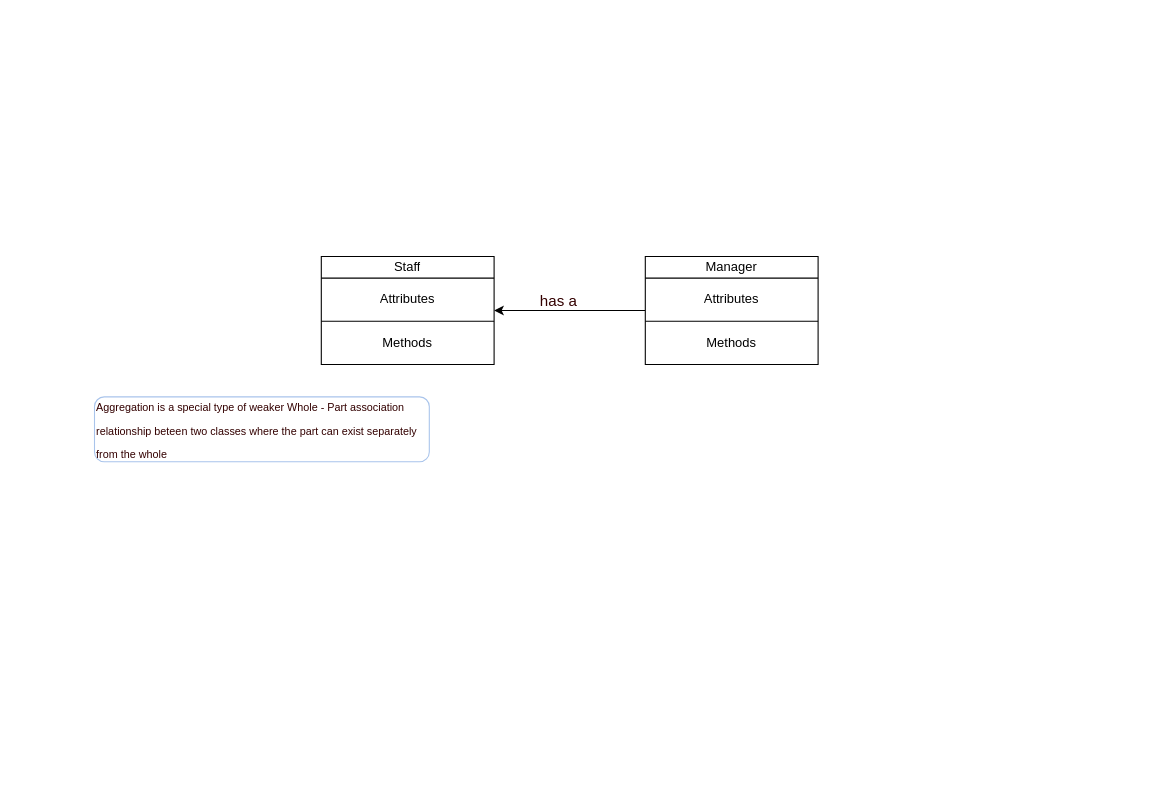
This is page "Composition" (3 of 5) of Default Diagrams.drawio from marioBdev/Default-Software-Diagrams, a draw.io file, before an edit. Source tidied: cells renumbered, new cells numbered last; positions are measured from the earlier drawing's top-left corner, leaving out a move shared by most shapes. Both pictures are drawn from the tidied source at 108%, with x=0, y=0 at pixel (94, 256).
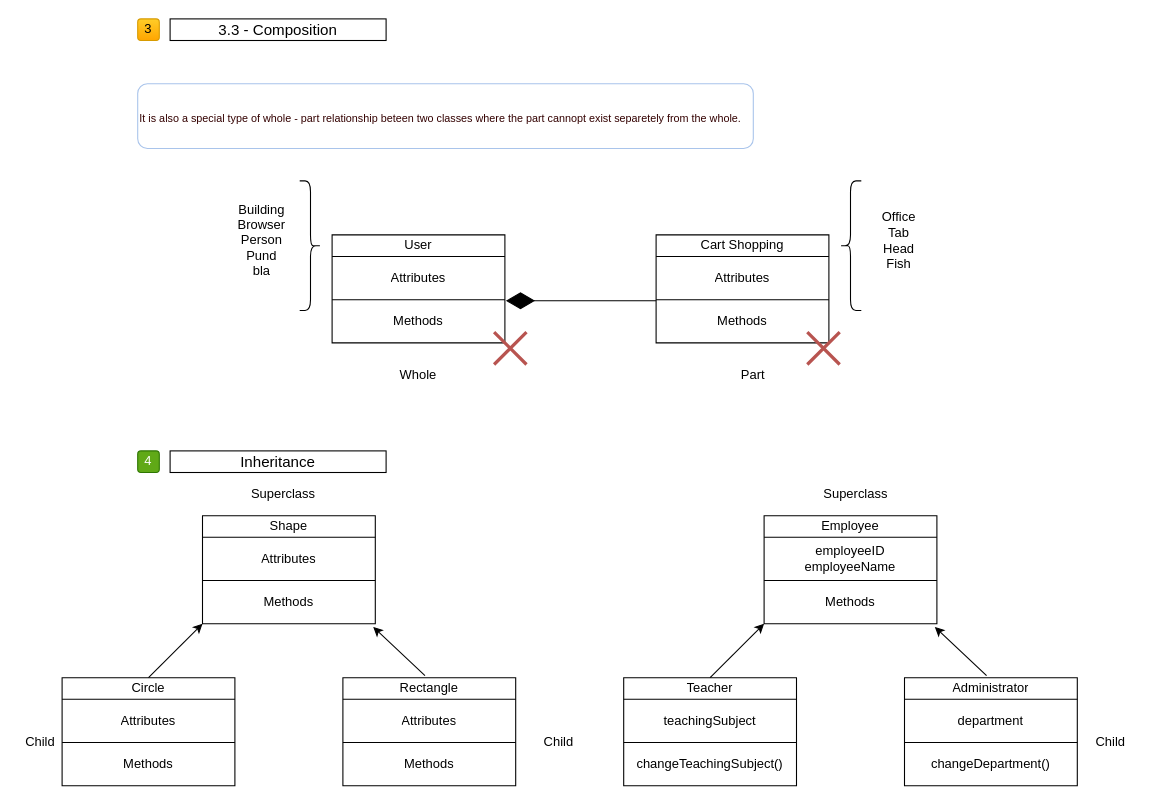
Above is the later version.

Diff of the diagram source:
```diff
@@
-    <mxCell id="2" style="edgeStyle=orthogonalEdgeStyle;rounded=0;jettySize=auto;html=1;fontSize=18;fontColor=#330000;startArrow=classic;startFill=1;endArrow=none;endFill=0;" parent="1" edge="1" source="3" target="10">
-      <mxGeometry relative="1" as="geometry" />
-    </mxCell>
-    <mxCell id="3" style="shape=table;html=1;whiteSpace=wrap;startSize=0;childLayout=tableLayout;" parent="1" vertex="1">
-      <mxGeometry x="210" width="160" height="100" as="geometry" />
-    </mxCell>
-    <mxCell id="4" style="shape=partialRectangle;html=1;whiteSpace=wrap;fillColor=none;top=0;left=0;bottom=0;right=0;" parent="3" vertex="1">
-      <mxGeometry width="160" height="20" as="geometry" />
-    </mxCell>
-    <mxCell id="5" value="Staff" style="shape=partialRectangle;html=1;whiteSpace=wrap;overflow=hidden;fillColor=none;top=0;left=0;bottom=0;right=0;" parent="4" vertex="1">
-      <mxGeometry width="160" height="20" as="geometry" />
-    </mxCell>
-    <mxCell id="6" style="shape=partialRectangle;html=1;whiteSpace=wrap;fillColor=none;top=0;left=0;bottom=0;right=0;" parent="3" vertex="1">
-      <mxGeometry y="20" width="160" height="40" as="geometry" />
-    </mxCell>
-    <mxCell id="7" value="Attributes" style="shape=partialRectangle;html=1;whiteSpace=wrap;overflow=hidden;fillColor=none;top=0;left=0;bottom=0;right=0;" parent="6" vertex="1">
-      <mxGeometry width="160" height="40" as="geometry" />
-    </mxCell>
-    <mxCell id="8" style="shape=partialRectangle;html=1;whiteSpace=wrap;fillColor=none;top=0;left=0;bottom=0;right=0;" parent="3" vertex="1">
-      <mxGeometry y="60" width="160" height="40" as="geometry" />
-    </mxCell>
-    <mxCell id="9" value="Methods" style="shape=partialRectangle;html=1;whiteSpace=wrap;overflow=hidden;fillColor=none;top=0;left=0;bottom=0;right=0;" parent="8" vertex="1">
-      <mxGeometry width="160" height="40" as="geometry" />
-    </mxCell>
-    <mxCell id="10" style="shape=table;html=1;whiteSpace=wrap;startSize=0;childLayout=tableLayout;" parent="1" vertex="1">
-      <mxGeometry x="510" width="160" height="100" as="geometry" />
-    </mxCell>
-    <mxCell id="11" style="shape=partialRectangle;html=1;whiteSpace=wrap;fillColor=none;top=0;left=0;bottom=0;right=0;" parent="10" vertex="1">
-      <mxGeometry width="160" height="20" as="geometry" />
-    </mxCell>
-    <mxCell id="12" value="Manager" style="shape=partialRectangle;html=1;whiteSpace=wrap;overflow=hidden;fillColor=none;top=0;left=0;bottom=0;right=0;" parent="11" vertex="1">
-      <mxGeometry width="160" height="20" as="geometry" />
-    </mxCell>
-    <mxCell id="13" style="shape=partialRectangle;html=1;whiteSpace=wrap;fillColor=none;top=0;left=0;bottom=0;right=0;" parent="10" vertex="1">
-      <mxGeometry y="20" width="160" height="40" as="geometry" />
-    </mxCell>
-    <mxCell id="14" value="Attributes" style="shape=partialRectangle;html=1;whiteSpace=wrap;overflow=hidden;fillColor=none;top=0;left=0;bottom=0;right=0;" parent="13" vertex="1">
-      <mxGeometry width="160" height="40" as="geometry" />
-    </mxCell>
-    <mxCell id="15" style="shape=partialRectangle;html=1;whiteSpace=wrap;fillColor=none;top=0;left=0;bottom=0;right=0;" parent="10" vertex="1">
-      <mxGeometry y="60" width="160" height="40" as="geometry" />
-    </mxCell>
-    <mxCell id="16" value="Methods" style="shape=partialRectangle;html=1;whiteSpace=wrap;overflow=hidden;fillColor=none;top=0;left=0;bottom=0;right=0;" parent="15" vertex="1">
-      <mxGeometry width="160" height="40" as="geometry" />
-    </mxCell>
-    <mxCell id="17" value="&lt;font style=&quot;font-size: 14px&quot;&gt;has a&lt;/font&gt;" style="text;html=1;strokeColor=none;fillColor=none;align=center;verticalAlign=middle;whiteSpace=wrap;rounded=0;fontSize=18;fontColor=#330000;" parent="1" vertex="1">
-      <mxGeometry x="400" y="30" width="60" height="20" as="geometry" />
-    </mxCell>
-    <mxCell id="18" value="&lt;font size=&quot;1&quot;&gt;Aggregation is a special type of weaker Whole - Part association relationship beteen two classes where the part can exist separately from the whole&lt;/font&gt;" style="rounded=1;whiteSpace=wrap;html=1;fontSize=18;fontColor=#330000;strokeColor=#A9C4EB;align=left;" parent="1" vertex="1">
-      <mxGeometry y="130" width="310" height="60" as="geometry" />
-    </mxCell>
+    <mxCell id="19" style="shape=table;html=1;whiteSpace=wrap;startSize=0;childLayout=tableLayout;" parent="1" vertex="1">
+      <mxGeometry x="220" y="-20" width="160" height="100" as="geometry" />
+    </mxCell>
+    <mxCell id="20" style="shape=partialRectangle;html=1;whiteSpace=wrap;fillColor=none;top=0;left=0;bottom=0;right=0;" parent="19" vertex="1">
+      <mxGeometry width="160" height="20" as="geometry" />
+    </mxCell>
+    <mxCell id="21" value="User" style="shape=partialRectangle;html=1;whiteSpace=wrap;overflow=hidden;fillColor=none;top=0;left=0;bottom=0;right=0;" parent="20" vertex="1">
+      <mxGeometry width="160" height="20" as="geometry" />
+    </mxCell>
+    <mxCell id="22" style="shape=partialRectangle;html=1;whiteSpace=wrap;fillColor=none;top=0;left=0;bottom=0;right=0;" parent="19" vertex="1">
+      <mxGeometry y="20" width="160" height="40" as="geometry" />
+    </mxCell>
+    <mxCell id="23" value="Attributes" style="shape=partialRectangle;html=1;whiteSpace=wrap;overflow=hidden;fillColor=none;top=0;left=0;bottom=0;right=0;" parent="22" vertex="1">
+      <mxGeometry width="160" height="40" as="geometry" />
+    </mxCell>
+    <mxCell id="24" style="shape=partialRectangle;html=1;whiteSpace=wrap;fillColor=none;top=0;left=0;bottom=0;right=0;points=[[0,0.5],[1,0.5]];portConstraint=eastwest;" parent="19" vertex="1">
+      <mxGeometry y="60" width="160" height="40" as="geometry" />
+    </mxCell>
+    <mxCell id="25" value="Methods" style="shape=partialRectangle;html=1;whiteSpace=wrap;overflow=hidden;fillColor=none;top=0;left=0;bottom=0;right=0;" parent="24" vertex="1">
+      <mxGeometry width="160" height="40" as="geometry" />
+    </mxCell>
+    <mxCell id="26" style="shape=table;html=1;whiteSpace=wrap;startSize=0;childLayout=tableLayout;" parent="1" vertex="1">
+      <mxGeometry x="520" y="-20" width="160" height="100" as="geometry" />
+    </mxCell>
+    <mxCell id="27" style="shape=partialRectangle;html=1;whiteSpace=wrap;fillColor=none;top=0;left=0;bottom=0;right=0;" parent="26" vertex="1">
+      <mxGeometry width="160" height="20" as="geometry" />
+    </mxCell>
+    <mxCell id="28" value="Cart Shopping" style="shape=partialRectangle;html=1;whiteSpace=wrap;overflow=hidden;fillColor=none;top=0;left=0;bottom=0;right=0;" parent="27" vertex="1">
+      <mxGeometry width="160" height="20" as="geometry" />
+    </mxCell>
+    <mxCell id="29" style="shape=partialRectangle;html=1;whiteSpace=wrap;fillColor=none;top=0;left=0;bottom=0;right=0;" parent="26" vertex="1">
+      <mxGeometry y="20" width="160" height="40" as="geometry" />
+    </mxCell>
+    <mxCell id="30" value="Attributes" style="shape=partialRectangle;html=1;whiteSpace=wrap;overflow=hidden;fillColor=none;top=0;left=0;bottom=0;right=0;" parent="29" vertex="1">
+      <mxGeometry width="160" height="40" as="geometry" />
+    </mxCell>
+    <mxCell id="31" style="shape=partialRectangle;html=1;whiteSpace=wrap;fillColor=none;top=0;left=0;bottom=0;right=0;points=[[0,0.5],[1,0.5]];portConstraint=eastwest;" parent="26" vertex="1">
+      <mxGeometry y="60" width="160" height="40" as="geometry" />
+    </mxCell>
+    <mxCell id="32" value="Methods" style="shape=partialRectangle;html=1;whiteSpace=wrap;overflow=hidden;fillColor=none;top=0;left=0;bottom=0;right=0;" parent="31" vertex="1">
+      <mxGeometry width="160" height="40" as="geometry" />
+    </mxCell>
+    <mxCell id="33" value="&lt;font size=&quot;1&quot;&gt;It is also a special type of whole - part relationship beteen two classes where the part cannopt exist separetely from the whole.&amp;nbsp;&lt;/font&gt;" style="rounded=1;whiteSpace=wrap;html=1;fontSize=18;fontColor=#330000;strokeColor=#A9C4EB;align=left;" parent="1" vertex="1">
+      <mxGeometry x="40" y="-160" width="570" height="60" as="geometry" />
+    </mxCell>
+    <mxCell id="34" value="&lt;span style=&quot;font-size: 14px&quot;&gt;3.3 - Composition&lt;/span&gt;" style="rounded=0;whiteSpace=wrap;html=1;" parent="1" vertex="1">
+      <mxGeometry x="70" y="-220" width="200" height="20" as="geometry" />
+    </mxCell>
+    <mxCell id="35" value="3" style="rounded=1;whiteSpace=wrap;html=1;fillColor=#ffcd28;strokeColor=#d79b00;gradientColor=#ffa500;" parent="1" vertex="1">
+      <mxGeometry x="40" y="-220" width="20" height="20" as="geometry" />
+    </mxCell>
+    <mxCell id="36" value="Whole" style="text;html=1;strokeColor=none;fillColor=none;align=center;verticalAlign=middle;whiteSpace=wrap;rounded=0;" parent="1" vertex="1">
+      <mxGeometry x="280" y="100" width="40" height="20" as="geometry" />
+    </mxCell>
+    <mxCell id="37" value="Part" style="text;html=1;strokeColor=none;fillColor=none;align=center;verticalAlign=middle;whiteSpace=wrap;rounded=0;" parent="1" vertex="1">
+      <mxGeometry x="590" y="100" width="40" height="20" as="geometry" />
+    </mxCell>
+    <mxCell id="38" style="shape=curlyBracket;whiteSpace=wrap;html=1;rounded=1;direction=west;" parent="1" vertex="1">
+      <mxGeometry x="190" y="-70" width="20" height="120" as="geometry" />
+    </mxCell>
+    <mxCell id="39" style="shape=curlyBracket;whiteSpace=wrap;html=1;rounded=1;direction=east;" parent="1" vertex="1">
+      <mxGeometry x="690" y="-70" width="20" height="120" as="geometry" />
+    </mxCell>
+    <mxCell id="40" style="endArrow=diamondThin;endFill=1;endSize=24;html=1;entryX=1.006;entryY=0.025;entryDx=0;entryDy=0;entryPerimeter=0;exitX=0;exitY=0.025;exitDx=0;exitDy=0;exitPerimeter=0;" parent="1" edge="1" source="31" target="24">
+      <mxGeometry relative="1" as="geometry" />
+    </mxCell>
+    <mxCell id="41" value="Building&lt;br&gt;Browser&lt;br&gt;Person&lt;br&gt;Pund&lt;br&gt;bla" style="text;html=1;strokeColor=none;fillColor=none;align=center;verticalAlign=middle;whiteSpace=wrap;rounded=0;" parent="1" vertex="1">
+      <mxGeometry x="120" y="-70" width="70" height="110" as="geometry" />
+    </mxCell>
+    <mxCell id="42" value="Office&lt;br&gt;Tab&lt;br&gt;Head&lt;br&gt;Fish" style="text;html=1;strokeColor=none;fillColor=none;align=center;verticalAlign=middle;whiteSpace=wrap;rounded=0;" parent="1" vertex="1">
+      <mxGeometry x="710" y="-70" width="70" height="110" as="geometry" />
+    </mxCell>
+    <mxCell id="43" style="shape=umlDestroy;whiteSpace=wrap;html=1;strokeWidth=3;fillColor=#f8cecc;strokeColor=#b85450;" parent="1" vertex="1">
+      <mxGeometry x="370" y="70" width="30" height="30" as="geometry" />
+    </mxCell>
+    <mxCell id="44" style="shape=umlDestroy;whiteSpace=wrap;html=1;strokeWidth=3;fillColor=#f8cecc;strokeColor=#b85450;" parent="1" vertex="1">
+      <mxGeometry x="660" y="70" width="30" height="30" as="geometry" />
+    </mxCell>
+    <mxCell id="45" value="&lt;span style=&quot;font-size: 14px&quot;&gt;Inheritance&lt;/span&gt;" style="rounded=0;whiteSpace=wrap;html=1;" parent="1" vertex="1">
+      <mxGeometry x="70" y="180" width="200" height="20" as="geometry" />
+    </mxCell>
+    <mxCell id="46" value="4" style="rounded=1;whiteSpace=wrap;html=1;fillColor=#60a917;strokeColor=#2D7600;fontColor=#ffffff;" parent="1" vertex="1">
+      <mxGeometry x="40" y="180" width="20" height="20" as="geometry" />
+    </mxCell>
+    <mxCell id="47" style="shape=table;html=1;whiteSpace=wrap;startSize=0;childLayout=tableLayout;" parent="1" vertex="1">
+      <mxGeometry x="100" y="240" width="160" height="100" as="geometry" />
+    </mxCell>
+    <mxCell id="48" style="shape=partialRectangle;html=1;whiteSpace=wrap;fillColor=none;top=0;left=0;bottom=0;right=0;" parent="47" vertex="1">
+      <mxGeometry width="160" height="20" as="geometry" />
+    </mxCell>
+    <mxCell id="49" value="Shape" style="shape=partialRectangle;html=1;whiteSpace=wrap;overflow=hidden;fillColor=none;top=0;left=0;bottom=0;right=0;" parent="48" vertex="1">
+      <mxGeometry width="160" height="20" as="geometry" />
+    </mxCell>
+    <mxCell id="50" style="shape=partialRectangle;html=1;whiteSpace=wrap;fillColor=none;top=0;left=0;bottom=0;right=0;" parent="47" vertex="1">
+      <mxGeometry y="20" width="160" height="40" as="geometry" />
+    </mxCell>
+    <mxCell id="51" value="Attributes" style="shape=partialRectangle;html=1;whiteSpace=wrap;overflow=hidden;fillColor=none;top=0;left=0;bottom=0;right=0;" parent="50" vertex="1">
+      <mxGeometry width="160" height="40" as="geometry" />
+    </mxCell>
+    <mxCell id="52" style="shape=partialRectangle;html=1;whiteSpace=wrap;fillColor=none;top=0;left=0;bottom=0;right=0;points=[[0,0.5],[1,0.5]];portConstraint=eastwest;" parent="47" vertex="1">
+      <mxGeometry y="60" width="160" height="40" as="geometry" />
+    </mxCell>
+    <mxCell id="53" value="Methods" style="shape=partialRectangle;html=1;whiteSpace=wrap;overflow=hidden;fillColor=none;top=0;left=0;bottom=0;right=0;" parent="52" vertex="1">
+      <mxGeometry width="160" height="40" as="geometry" />
+    </mxCell>
+    <mxCell id="54" style="shape=table;html=1;whiteSpace=wrap;startSize=0;childLayout=tableLayout;" parent="1" vertex="1">
+      <mxGeometry x="-30" y="390" width="160" height="100" as="geometry" />
+    </mxCell>
+    <mxCell id="55" style="shape=partialRectangle;html=1;whiteSpace=wrap;fillColor=none;top=0;left=0;bottom=0;right=0;" parent="54" vertex="1">
+      <mxGeometry width="160" height="20" as="geometry" />
+    </mxCell>
+    <mxCell id="56" value="Circle" style="shape=partialRectangle;html=1;whiteSpace=wrap;overflow=hidden;fillColor=none;top=0;left=0;bottom=0;right=0;" parent="55" vertex="1">
+      <mxGeometry width="160" height="20" as="geometry" />
+    </mxCell>
+    <mxCell id="57" style="shape=partialRectangle;html=1;whiteSpace=wrap;fillColor=none;top=0;left=0;bottom=0;right=0;" parent="54" vertex="1">
+      <mxGeometry y="20" width="160" height="40" as="geometry" />
+    </mxCell>
+    <mxCell id="58" value="Attributes" style="shape=partialRectangle;html=1;whiteSpace=wrap;overflow=hidden;fillColor=none;top=0;left=0;bottom=0;right=0;" parent="57" vertex="1">
+      <mxGeometry width="160" height="40" as="geometry" />
+    </mxCell>
+    <mxCell id="59" style="shape=partialRectangle;html=1;whiteSpace=wrap;fillColor=none;top=0;left=0;bottom=0;right=0;" parent="54" vertex="1">
+      <mxGeometry y="60" width="160" height="40" as="geometry" />
+    </mxCell>
+    <mxCell id="60" value="Methods" style="shape=partialRectangle;html=1;whiteSpace=wrap;overflow=hidden;fillColor=none;top=0;left=0;bottom=0;right=0;" parent="59" vertex="1">
+      <mxGeometry width="160" height="40" as="geometry" />
+    </mxCell>
+    <mxCell id="61" style="shape=table;html=1;whiteSpace=wrap;startSize=0;childLayout=tableLayout;" parent="1" vertex="1">
+      <mxGeometry x="230" y="390" width="160" height="100" as="geometry" />
+    </mxCell>
+    <mxCell id="62" style="shape=partialRectangle;html=1;whiteSpace=wrap;fillColor=none;top=0;left=0;bottom=0;right=0;points=[[0,0.5],[1,0.5]];portConstraint=eastwest;" parent="61" vertex="1">
+      <mxGeometry width="160" height="20" as="geometry" />
+    </mxCell>
+    <mxCell id="63" value="Rectangle" style="shape=partialRectangle;html=1;whiteSpace=wrap;overflow=hidden;fillColor=none;top=0;left=0;bottom=0;right=0;" parent="62" vertex="1">
+      <mxGeometry width="160" height="20" as="geometry" />
+    </mxCell>
+    <mxCell id="64" style="shape=partialRectangle;html=1;whiteSpace=wrap;fillColor=none;top=0;left=0;bottom=0;right=0;" parent="61" vertex="1">
+      <mxGeometry y="20" width="160" height="40" as="geometry" />
+    </mxCell>
+    <mxCell id="65" value="Attributes" style="shape=partialRectangle;html=1;whiteSpace=wrap;overflow=hidden;fillColor=none;top=0;left=0;bottom=0;right=0;" parent="64" vertex="1">
+      <mxGeometry width="160" height="40" as="geometry" />
+    </mxCell>
+    <mxCell id="66" style="shape=partialRectangle;html=1;whiteSpace=wrap;fillColor=none;top=0;left=0;bottom=0;right=0;" parent="61" vertex="1">
+      <mxGeometry y="60" width="160" height="40" as="geometry" />
+    </mxCell>
+    <mxCell id="67" value="Methods" style="shape=partialRectangle;html=1;whiteSpace=wrap;overflow=hidden;fillColor=none;top=0;left=0;bottom=0;right=0;" parent="66" vertex="1">
+      <mxGeometry width="160" height="40" as="geometry" />
+    </mxCell>
+    <mxCell id="68" style="endArrow=classic;html=1;" parent="1" edge="1">
+      <mxGeometry relative="1" as="geometry">
+        <mxPoint x="50" y="390" as="sourcePoint" />
+        <mxPoint x="100" y="340" as="targetPoint" />
+      </mxGeometry>
+    </mxCell>
+    <mxCell id="69" style="endArrow=classic;html=1;entryX=0.988;entryY=1.075;entryDx=0;entryDy=0;entryPerimeter=0;exitX=0.475;exitY=-0.1;exitDx=0;exitDy=0;exitPerimeter=0;" parent="1" edge="1" source="62" target="52">
+      <mxGeometry relative="1" as="geometry" />
+    </mxCell>
+    <mxCell id="70" value="Child" style="text;html=1;strokeColor=none;fillColor=none;align=center;verticalAlign=middle;whiteSpace=wrap;rounded=0;" parent="1" vertex="1">
+      <mxGeometry x="410" y="440" width="40" height="20" as="geometry" />
+    </mxCell>
+    <mxCell id="71" value="Child" style="text;html=1;strokeColor=none;fillColor=none;align=center;verticalAlign=middle;whiteSpace=wrap;rounded=0;" parent="1" vertex="1">
+      <mxGeometry x="-70" y="440" width="40" height="20" as="geometry" />
+    </mxCell>
+    <mxCell id="72" style="shape=table;html=1;whiteSpace=wrap;startSize=0;childLayout=tableLayout;" parent="1" vertex="1">
+      <mxGeometry x="620" y="240" width="160" height="100" as="geometry" />
+    </mxCell>
+    <mxCell id="73" style="shape=partialRectangle;html=1;whiteSpace=wrap;fillColor=none;top=0;left=0;bottom=0;right=0;" parent="72" vertex="1">
+      <mxGeometry width="160" height="20" as="geometry" />
+    </mxCell>
+    <mxCell id="74" value="Employee" style="shape=partialRectangle;html=1;whiteSpace=wrap;overflow=hidden;fillColor=none;top=0;left=0;bottom=0;right=0;" parent="73" vertex="1">
+      <mxGeometry width="160" height="20" as="geometry" />
+    </mxCell>
+    <mxCell id="75" style="shape=partialRectangle;html=1;whiteSpace=wrap;fillColor=none;top=0;left=0;bottom=0;right=0;" parent="72" vertex="1">
+      <mxGeometry y="20" width="160" height="40" as="geometry" />
+    </mxCell>
+    <mxCell id="76" value="employeeID&lt;br&gt;employeeName" style="shape=partialRectangle;html=1;whiteSpace=wrap;overflow=hidden;fillColor=none;top=0;left=0;bottom=0;right=0;" parent="75" vertex="1">
+      <mxGeometry width="160" height="40" as="geometry" />
+    </mxCell>
+    <mxCell id="77" style="shape=partialRectangle;html=1;whiteSpace=wrap;fillColor=none;top=0;left=0;bottom=0;right=0;points=[[0,0.5],[1,0.5]];portConstraint=eastwest;" parent="72" vertex="1">
+      <mxGeometry y="60" width="160" height="40" as="geometry" />
+    </mxCell>
+    <mxCell id="78" value="Methods" style="shape=partialRectangle;html=1;whiteSpace=wrap;overflow=hidden;fillColor=none;top=0;left=0;bottom=0;right=0;" parent="77" vertex="1">
+      <mxGeometry width="160" height="40" as="geometry" />
+    </mxCell>
+    <mxCell id="79" style="shape=table;html=1;whiteSpace=wrap;startSize=0;childLayout=tableLayout;" parent="1" vertex="1">
+      <mxGeometry x="490" y="390" width="160" height="100" as="geometry" />
+    </mxCell>
+    <mxCell id="80" style="shape=partialRectangle;html=1;whiteSpace=wrap;fillColor=none;top=0;left=0;bottom=0;right=0;" parent="79" vertex="1">
+      <mxGeometry width="160" height="20" as="geometry" />
+    </mxCell>
+    <mxCell id="81" value="Teacher" style="shape=partialRectangle;html=1;whiteSpace=wrap;overflow=hidden;fillColor=none;top=0;left=0;bottom=0;right=0;" parent="80" vertex="1">
+      <mxGeometry width="160" height="20" as="geometry" />
+    </mxCell>
+    <mxCell id="82" style="shape=partialRectangle;html=1;whiteSpace=wrap;fillColor=none;top=0;left=0;bottom=0;right=0;" parent="79" vertex="1">
+      <mxGeometry y="20" width="160" height="40" as="geometry" />
+    </mxCell>
+    <mxCell id="83" value="teachingSubject" style="shape=partialRectangle;html=1;whiteSpace=wrap;overflow=hidden;fillColor=none;top=0;left=0;bottom=0;right=0;" parent="82" vertex="1">
+      <mxGeometry width="160" height="40" as="geometry" />
+    </mxCell>
+    <mxCell id="84" style="shape=partialRectangle;html=1;whiteSpace=wrap;fillColor=none;top=0;left=0;bottom=0;right=0;" parent="79" vertex="1">
+      <mxGeometry y="60" width="160" height="40" as="geometry" />
+    </mxCell>
+    <mxCell id="85" value="changeTeachingSubject()" style="shape=partialRectangle;html=1;whiteSpace=wrap;overflow=hidden;fillColor=none;top=0;left=0;bottom=0;right=0;" parent="84" vertex="1">
+      <mxGeometry width="160" height="40" as="geometry" />
+    </mxCell>
+    <mxCell id="86" style="shape=table;html=1;whiteSpace=wrap;startSize=0;childLayout=tableLayout;" parent="1" vertex="1">
+      <mxGeometry x="750" y="390" width="160" height="100" as="geometry" />
+    </mxCell>
+    <mxCell id="87" style="shape=partialRectangle;html=1;whiteSpace=wrap;fillColor=none;top=0;left=0;bottom=0;right=0;points=[[0,0.5],[1,0.5]];portConstraint=eastwest;" parent="86" vertex="1">
+      <mxGeometry width="160" height="20" as="geometry" />
+    </mxCell>
+    <mxCell id="88" value="Administrator" style="shape=partialRectangle;html=1;whiteSpace=wrap;overflow=hidden;fillColor=none;top=0;left=0;bottom=0;right=0;" parent="87" vertex="1">
+      <mxGeometry width="160" height="20" as="geometry" />
+    </mxCell>
+    <mxCell id="89" style="shape=partialRectangle;html=1;whiteSpace=wrap;fillColor=none;top=0;left=0;bottom=0;right=0;" parent="86" vertex="1">
+      <mxGeometry y="20" width="160" height="40" as="geometry" />
+    </mxCell>
+    <mxCell id="90" value="department" style="shape=partialRectangle;html=1;whiteSpace=wrap;overflow=hidden;fillColor=none;top=0;left=0;bottom=0;right=0;" parent="89" vertex="1">
+      <mxGeometry width="160" height="40" as="geometry" />
+    </mxCell>
+    <mxCell id="91" style="shape=partialRectangle;html=1;whiteSpace=wrap;fillColor=none;top=0;left=0;bottom=0;right=0;" parent="86" vertex="1">
+      <mxGeometry y="60" width="160" height="40" as="geometry" />
+    </mxCell>
+    <mxCell id="92" value="changeDepartment()" style="shape=partialRectangle;html=1;whiteSpace=wrap;overflow=hidden;fillColor=none;top=0;left=0;bottom=0;right=0;" parent="91" vertex="1">
+      <mxGeometry width="160" height="40" as="geometry" />
+    </mxCell>
+    <mxCell id="93" style="endArrow=classic;html=1;" parent="1" edge="1">
+      <mxGeometry relative="1" as="geometry">
+        <mxPoint x="570" y="390" as="sourcePoint" />
+        <mxPoint x="620" y="340" as="targetPoint" />
+      </mxGeometry>
+    </mxCell>
+    <mxCell id="94" style="endArrow=classic;html=1;entryX=0.988;entryY=1.075;entryDx=0;entryDy=0;entryPerimeter=0;exitX=0.475;exitY=-0.1;exitDx=0;exitDy=0;exitPerimeter=0;" parent="1" edge="1" source="87" target="77">
+      <mxGeometry relative="1" as="geometry" />
+    </mxCell>
+    <mxCell id="95" value="Child" style="text;html=1;strokeColor=none;fillColor=none;align=center;verticalAlign=middle;whiteSpace=wrap;rounded=0;" parent="1" vertex="1">
+      <mxGeometry x="921" y="440" width="40" height="20" as="geometry" />
+    </mxCell>
+    <mxCell id="96" value="Superclass" style="text;html=1;strokeColor=none;fillColor=none;align=center;verticalAlign=middle;whiteSpace=wrap;rounded=0;" parent="1" vertex="1">
+      <mxGeometry x="130" y="210" width="90" height="20" as="geometry" />
+    </mxCell>
+    <mxCell id="97" value="Superclass" style="text;html=1;strokeColor=none;fillColor=none;align=center;verticalAlign=middle;whiteSpace=wrap;rounded=0;" parent="1" vertex="1">
+      <mxGeometry x="660" y="210" width="90" height="20" as="geometry" />
+    </mxCell>
```
